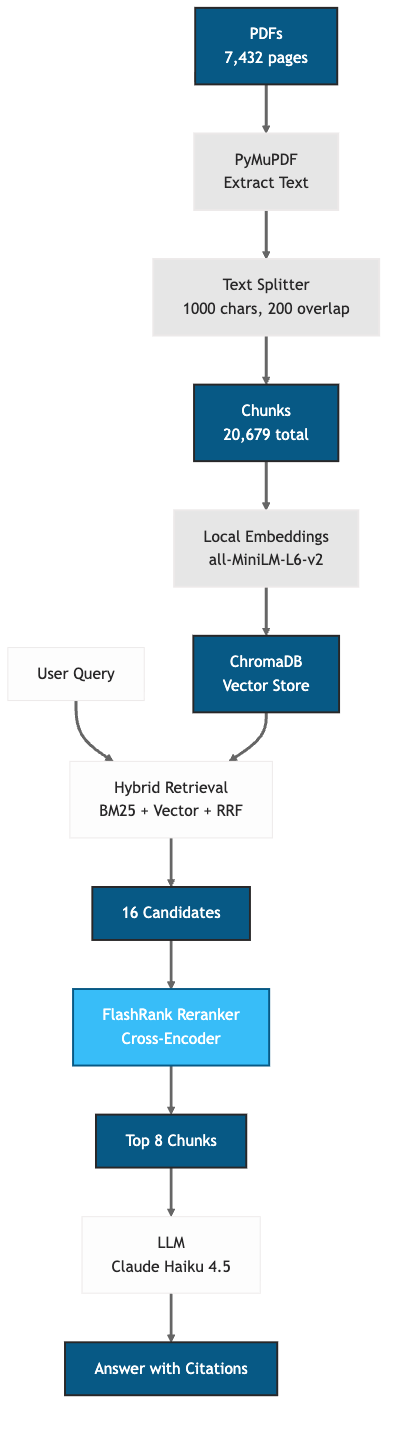
Earlier version of the Mermaid export src/assets/images/rag-pipeline-reranking.png (clouatre-labs/clouatre.ca). Its source is kept beside it as src/assets/diagrams/rag-pipeline-reranking.mmd.
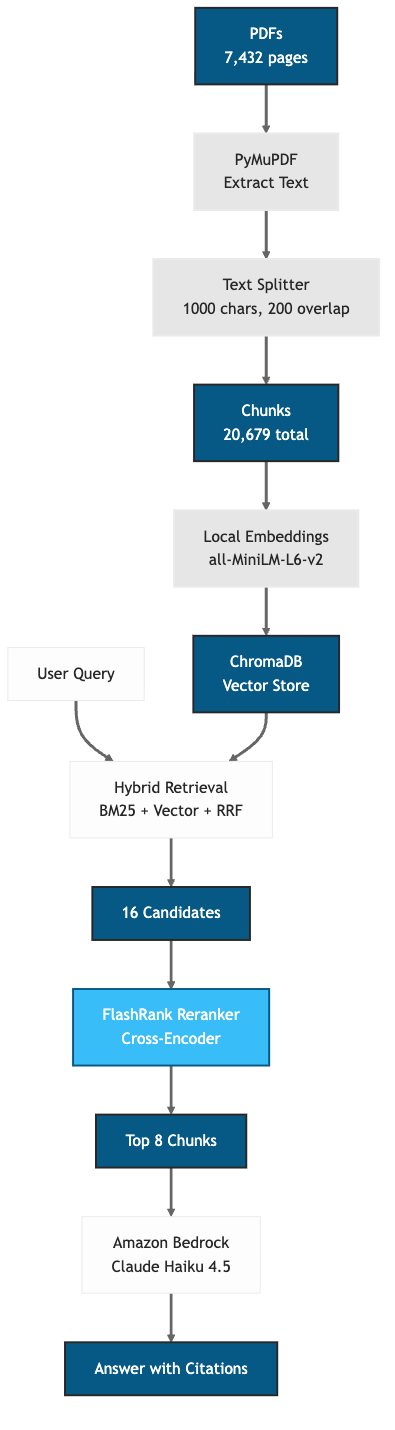
Later version of the same file.

Commit message:
docs(blog): update diagram to show Amazon Bedrock

Replace generic 'LLM' label with 'Amazon Bedrock' for clarity

The edit, as a diff of the source:
```diff
@@ -9,7 +9,7 @@
     H --> I[16 Candidates]
     I --> J[FlashRank Reranker<br/>Cross-Encoder]
     J --> K[Top 8 Chunks]
-    K --> L[LLM<br/>Claude Haiku 4.5]
+    K --> L[Amazon Bedrock<br/>Claude Haiku 4.5]
     L --> M[Answer with Citations]
 
     classDef primary fill:#075985,stroke:#282728,stroke-width:2px,color:#fff
```
